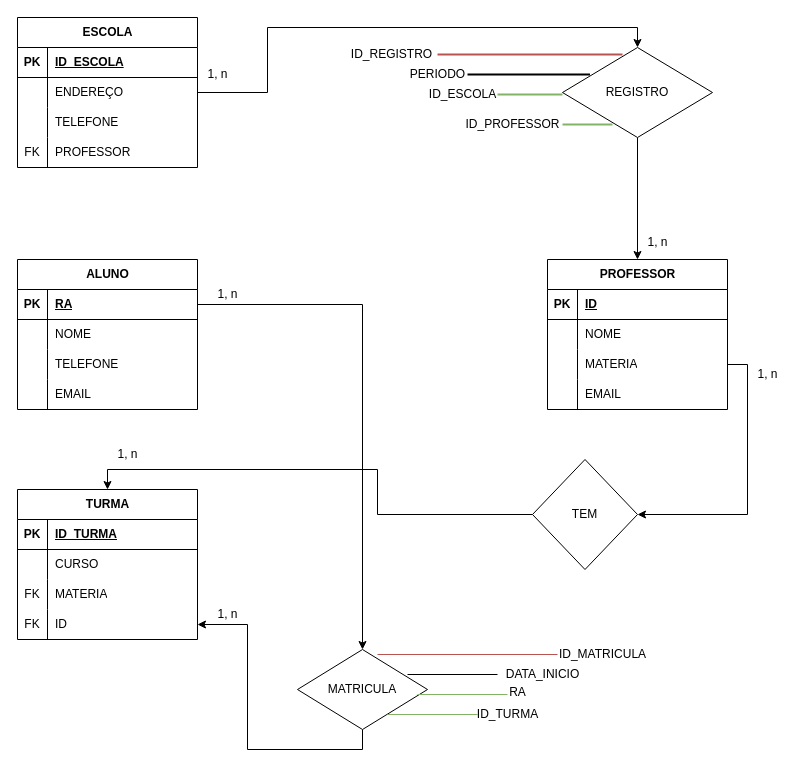
This is BD de uma escola.drawio from FirmoDev/projeto, a draw.io file, before an edit. Source tidied: cells renumbered, new cells numbered last; positions are measured from the earlier drawing's top-left corner, leaving out a move shared by most shapes. Both pictures are drawn from the tidied source at 100%, with x=0, y=0 at pixel (17, 17).
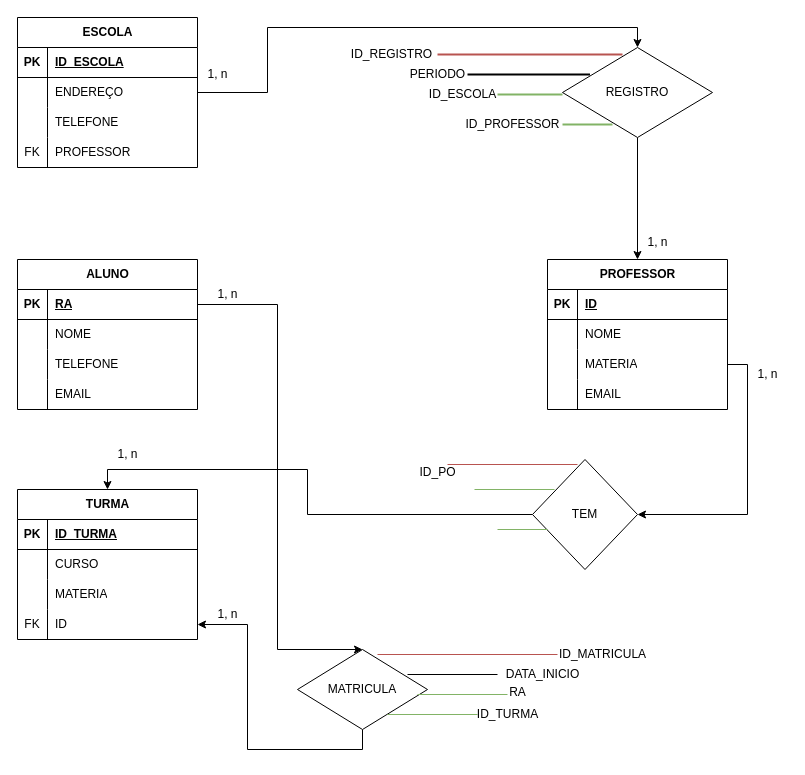
The same diagram, later.

Commit message:
ALTERAÇÃO DA CHAVE ESTRANGEIRA NA TABELA TURMA

The change refers to these unchanged cells:
```xml
<mxCell id="3" style="shape=tableRow;horizontal=0;startSize=0;swimlaneHead=0;swimlaneBody=0;fillColor=none;points=[[0,0.5],[1,0.5]];portConstraint=eastwest;top=0;left=0;right=0;bottom=1;" parent="2" vertex="1">
  <mxGeometry y="30" width="180" height="30" as="geometry" />
</mxCell>
<mxCell id="42" value="MATRICULA" style="shape=rhombus;html=1;dashed=0;whiteSpace=wrap;perimeter=rhombusPerimeter;" parent="1" vertex="1">
  <mxGeometry x="280" y="632" width="130" height="80" as="geometry" />
</mxCell>
<mxCell id="43" value="TURMA" style="shape=table;startSize=30;childLayout=tableLayout;rowLines=0;fontStyle=1;align=center;html=1;" parent="1" vertex="1">
  <mxGeometry y="472" width="180" height="150" as="geometry" />
</mxCell>
<mxCell id="50" style="shape=tableRow;horizontal=0;startSize=0;swimlaneHead=0;swimlaneBody=0;fillColor=none;top=0;left=0;right=0;bottom=0;" parent="43" vertex="1">
  <mxGeometry y="90" width="180" height="30" as="geometry" />
</mxCell>
<mxCell id="65" value="TEM" style="shape=rhombus;html=1;dashed=0;whiteSpace=wrap;perimeter=rhombusPerimeter;" parent="1" vertex="1">
  <mxGeometry x="515" y="442" width="105" height="110" as="geometry" />
</mxCell>
```

Diff of the diagram source:
```diff
@@
-    <mxCell id="51" value="FK" style="shape=partialRectangle;fillColor=none;top=0;left=0;bottom=0;right=0;overflow=hidden;whiteSpace=wrap;html=1;" parent="50" vertex="1">
+    <mxCell id="51" style="shape=partialRectangle;fillColor=none;top=0;left=0;bottom=0;right=0;overflow=hidden;whiteSpace=wrap;html=1;" parent="50" vertex="1">
       <mxGeometry width="30" height="30" as="geometry" />
     </mxCell>
@@
     <mxCell id="56" style="edgeStyle=orthogonalEdgeStyle;rounded=0;jettySize=auto;html=1;exitX=1;exitY=0.5;exitDx=0;exitDy=0;entryX=0.5;entryY=0;entryDx=0;entryDy=0;" parent="1" edge="1" source="3" target="42">
-      <mxGeometry relative="1" as="geometry" />
+      <mxGeometry relative="1" as="geometry">
+        <Array as="points">
+          <mxPoint x="260" y="287" />
+          <mxPoint x="260" y="632" />
+        </Array>
+      </mxGeometry>
     </mxCell>
@@
     <mxCell id="64" style="edgeStyle=orthogonalEdgeStyle;rounded=0;jettySize=auto;html=1;exitX=0;exitY=0.5;exitDx=0;exitDy=0;entryX=0.5;entryY=0;entryDx=0;entryDy=0;" parent="1" edge="1" source="65" target="43">
       <mxGeometry relative="1" as="geometry">
         <Array as="points">
-          <mxPoint x="360" y="497" />
-          <mxPoint x="360" y="452" />
+          <mxPoint x="290" y="497" />
+          <mxPoint x="290" y="452" />
           <mxPoint x="90" y="452" />
         </Array>
       </mxGeometry>
     </mxCell>
@@
+    <mxCell id="85" style="line;strokeWidth=1;dashed=0;labelPosition=right;align=left;verticalAlign=middle;spacingTop=0;spacingLeft=6;fillColor=#f8cecc;strokeColor=#b85450;" parent="1" vertex="1">
+      <mxGeometry x="430" y="442" width="130" height="10" as="geometry" />
+    </mxCell>
+    <mxCell id="86" style="line;strokeWidth=1;dashed=0;labelPosition=right;align=left;verticalAlign=middle;spacingTop=0;spacingLeft=6;fillColor=#d5e8d4;strokeColor=#82b366;" parent="1" vertex="1">
+      <mxGeometry x="457" y="467" width="80" height="10" as="geometry" />
+    </mxCell>
+    <mxCell id="87" style="line;strokeWidth=1;dashed=0;labelPosition=right;align=left;verticalAlign=middle;spacingTop=0;spacingLeft=6;fillColor=#d5e8d4;strokeColor=#82b366;" parent="1" vertex="1">
+      <mxGeometry x="480" y="507" width="50" height="10" as="geometry" />
+    </mxCell>
+    <mxCell id="88" value="ID_PO" style="text;html=1;align=center;verticalAlign=middle;strokeColor=none;fillColor=none;" parent="1" vertex="1">
+      <mxGeometry x="390" y="440" width="60" height="30" as="geometry" />
+    </mxCell>
```
